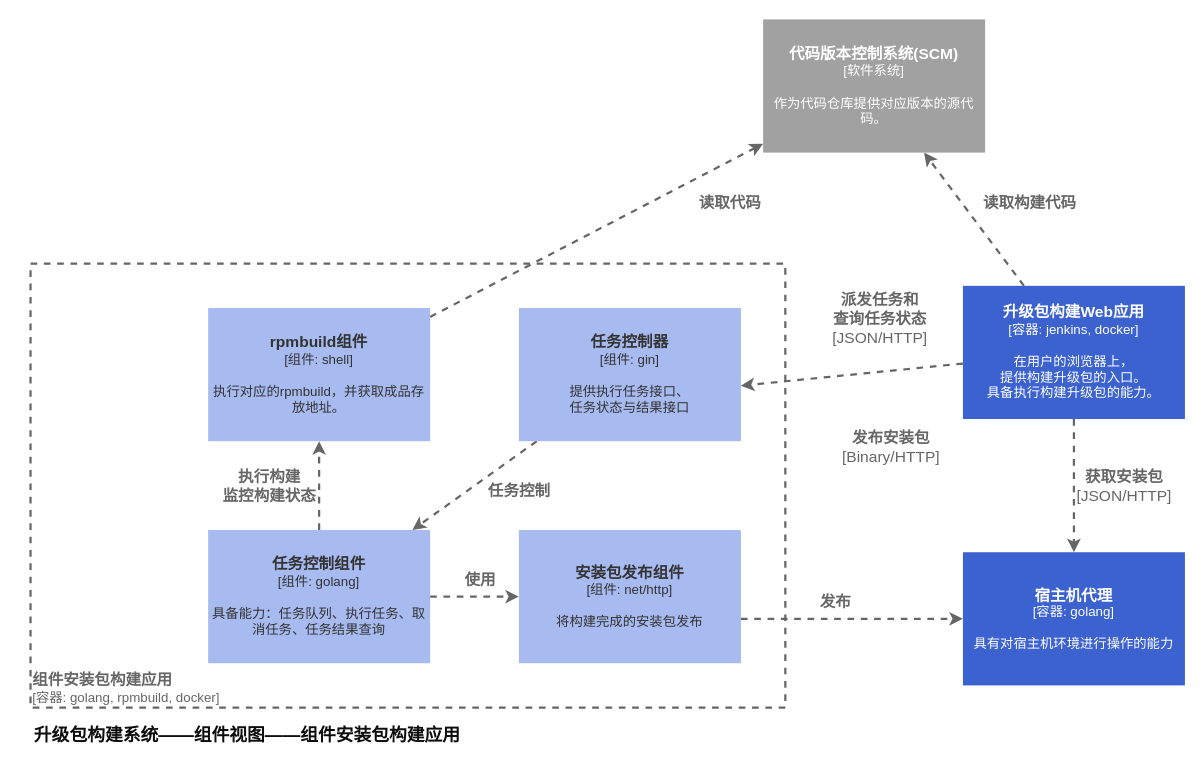
Earlier version of the draw.io diagram page "架构图_C4_组件图" (3 of 4) of Programmar/project/upgrade_package_factory/构建demo设计图.drawio (xiahaohai123/Blog). Source tidied: cells renumbered, new cells numbered last; positions are measured from the earlier drawing's top-left corner, leaving out a move shared by most shapes. Both pictures are drawn from the tidied source at 111%, with x=0, y=0 at pixel (19, 19).
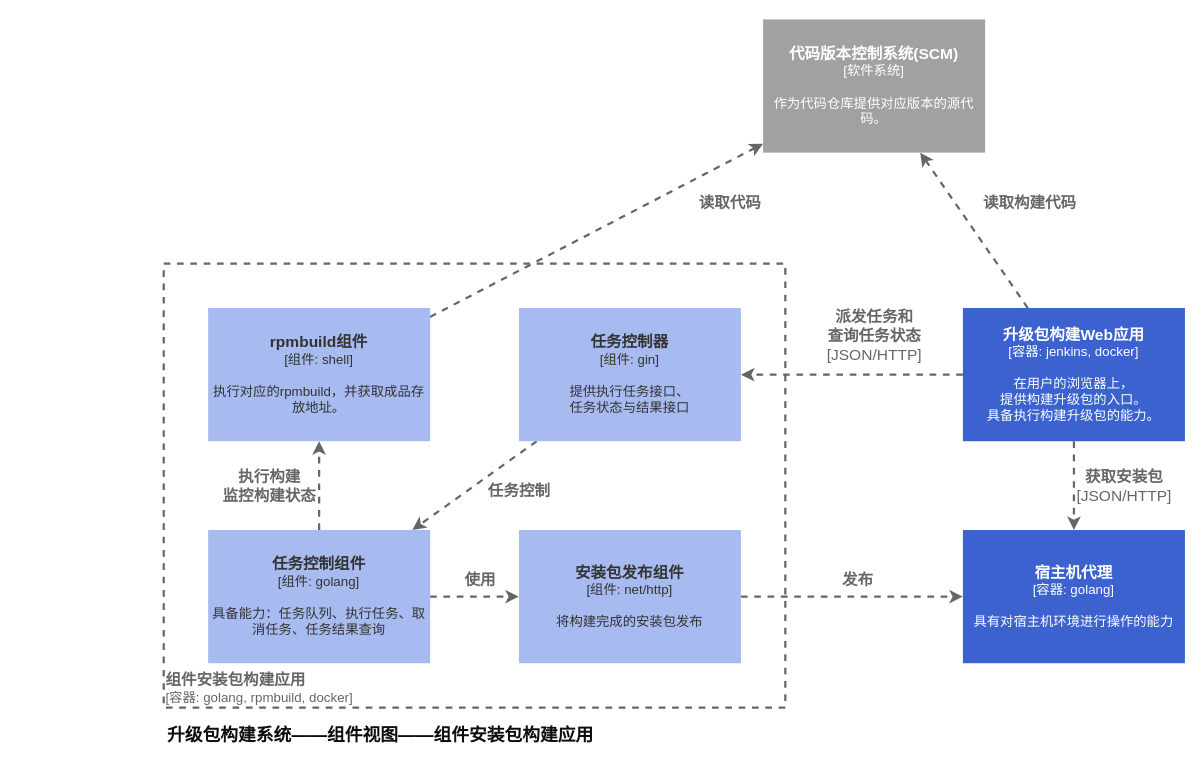
The same page after the edit.

The change refers to these unchanged cells:
```xml
<mxCell id="18" value="&lt;span style=&quot;font-size: 14px;&quot;&gt;&lt;b&gt;任务控制器&lt;br&gt;&lt;/b&gt;&lt;/span&gt;[组件: gin]&lt;br&gt;&lt;br&gt;提供执行任务接口、&lt;br&gt;任务状态与结果接口" style="rounded=0;whiteSpace=wrap;html=1;fontSize=12;fontColor=#333333;strokeColor=none;fillColor=#A8BBF0;" parent="1" vertex="1">
  <mxGeometry x="450" y="260" width="200" height="120" as="geometry" />
</mxCell>
<mxCell id="23" value="&lt;span style=&quot;font-size: 14px;&quot;&gt;&lt;b&gt;安装包发布组件&lt;br&gt;&lt;/b&gt;&lt;/span&gt;[组件: net/http]&lt;br&gt;&lt;br&gt;将构建完成的安装包发布" style="rounded=0;whiteSpace=wrap;html=1;fontSize=12;fontColor=#333333;strokeColor=none;fillColor=#A8BBF0;" parent="1" vertex="1">
  <mxGeometry x="450" y="460" width="200" height="120" as="geometry" />
</mxCell>
```

Change to the diagram source:
```diff
@@
-    <mxCell id="2" style="edgeStyle=none;rounded=1;jettySize=auto;html=1;dashed=1;strokeColor=#666666;strokeWidth=2;fontSize=14;fontColor=#666666;" parent="1" edge="1" target="10">
-      <mxGeometry relative="1" as="geometry">
-        <mxPoint x="650" y="540" as="sourcePoint" />
-      </mxGeometry>
+    <mxCell id="2" style="edgeStyle=none;rounded=1;jettySize=auto;html=1;dashed=1;strokeColor=#666666;strokeWidth=2;fontSize=14;fontColor=#666666;" parent="1" edge="1" source="23" target="10">
+      <mxGeometry relative="1" as="geometry" />
     </mxCell>
@@
     <mxCell id="4" value="&lt;span style=&quot;font-size: 14px;&quot;&gt;&lt;b&gt;组件安装包构建应用&lt;br&gt;&lt;/b&gt;&lt;/span&gt;[容器: golang, rpmbuild, docker]" style="rounded=0;whiteSpace=wrap;html=1;fontSize=12;fontColor=#666666;strokeColor=#666666;fillColor=none;align=left;verticalAlign=bottom;dashed=1;strokeWidth=2;" parent="1" vertex="1">
-      <mxGeometry x="10" y="220" width="680" height="400" as="geometry" />
+      <mxGeometry x="130" y="220" width="560" height="400" as="geometry" />
     </mxCell>
-    <mxCell id="5" style="edgeStyle=none;rounded=1;jettySize=auto;html=1;dashed=1;strokeColor=#666666;strokeWidth=2;fontSize=14;fontColor=#666666;" parent="1" edge="1" source="8">
-      <mxGeometry relative="1" as="geometry">
-        <mxPoint x="650" y="330" as="targetPoint" />
-      </mxGeometry>
+    <mxCell id="5" style="edgeStyle=none;rounded=1;jettySize=auto;html=1;dashed=1;strokeColor=#666666;strokeWidth=2;fontSize=14;fontColor=#666666;" parent="1" edge="1" source="8" target="18">
+      <mxGeometry relative="1" as="geometry" />
     </mxCell>
@@
     <mxCell id="8" value="&lt;span style=&quot;font-size: 14px;&quot;&gt;&lt;b&gt;升级包构建Web应用&lt;br&gt;&lt;/b&gt;&lt;/span&gt;[容器: jenkins, docker]&lt;br&gt;&lt;br&gt;在用户的浏览器上，&lt;br&gt;提供构建升级包的入口。&lt;br&gt;具备执行构建升级包的能力。" style="rounded=0;whiteSpace=wrap;html=1;fontSize=12;fontColor=#FFFFFF;strokeColor=none;fillColor=#3B62CE;" parent="1" vertex="1">
-      <mxGeometry x="850" y="240" width="200" height="120" as="geometry" />
+      <mxGeometry x="850" y="260" width="200" height="120" as="geometry" />
     </mxCell>
     <mxCell id="9" value="&lt;b&gt;派发任务和&lt;br&gt;查询任务状态&lt;/b&gt;&lt;br&gt;[JSON/HTTP]" style="text;html=1;align=center;verticalAlign=middle;strokeColor=none;fillColor=none;fontSize=14;fontColor=#666666;" parent="1" vertex="1">
-      <mxGeometry x="720" y="240" width="110" height="60" as="geometry" />
+      <mxGeometry x="715" y="255" width="110" height="60" as="geometry" />
     </mxCell>
     <mxCell id="10" value="&lt;span style=&quot;font-size: 14px;&quot;&gt;&lt;b&gt;宿主机代理&lt;br&gt;&lt;/b&gt;&lt;/span&gt;[容器: golang]&lt;br&gt;&lt;br&gt;具有对宿主机环境进行操作的能力" style="rounded=0;whiteSpace=wrap;html=1;fontSize=12;fontColor=#FFFFFF;strokeColor=none;fillColor=#3B62CE;" parent="1" vertex="1">
-      <mxGeometry x="850" y="480" width="200" height="120" as="geometry" />
+      <mxGeometry x="850" y="460" width="200" height="120" as="geometry" />
     </mxCell>
-    <mxCell id="11" value="&lt;b&gt;发布安装包&lt;/b&gt;&lt;br&gt;[Binary/HTTP]" style="text;html=1;align=center;verticalAlign=middle;strokeColor=none;fillColor=none;fontSize=14;fontColor=#666666;" parent="1" vertex="1">
-      <mxGeometry x="730" y="360" width="110" height="50" as="geometry" />
-    </mxCell>
@@
     <mxCell id="16" value="&lt;b&gt;升级包构建系统——组件视图——组件安装包构建应用&lt;/b&gt;" style="text;html=1;align=center;verticalAlign=middle;strokeColor=none;fillColor=none;fontSize=16;fontColor=#0D0D0D;spacing=2;" parent="1" vertex="1">
-      <mxGeometry y="630" width="410" height="30" as="geometry" />
+      <mxGeometry x="120" y="630" width="410" height="30" as="geometry" />
     </mxCell>
@@
     <mxCell id="27" value="发布" style="text;html=1;align=center;verticalAlign=middle;strokeColor=none;fillColor=none;fontSize=14;fontColor=#666666;fontStyle=1;" parent="1" vertex="1">
-      <mxGeometry x="710" y="510" width="50" height="30" as="geometry" />
+      <mxGeometry x="730" y="490" width="50" height="30" as="geometry" />
     </mxCell>
```
